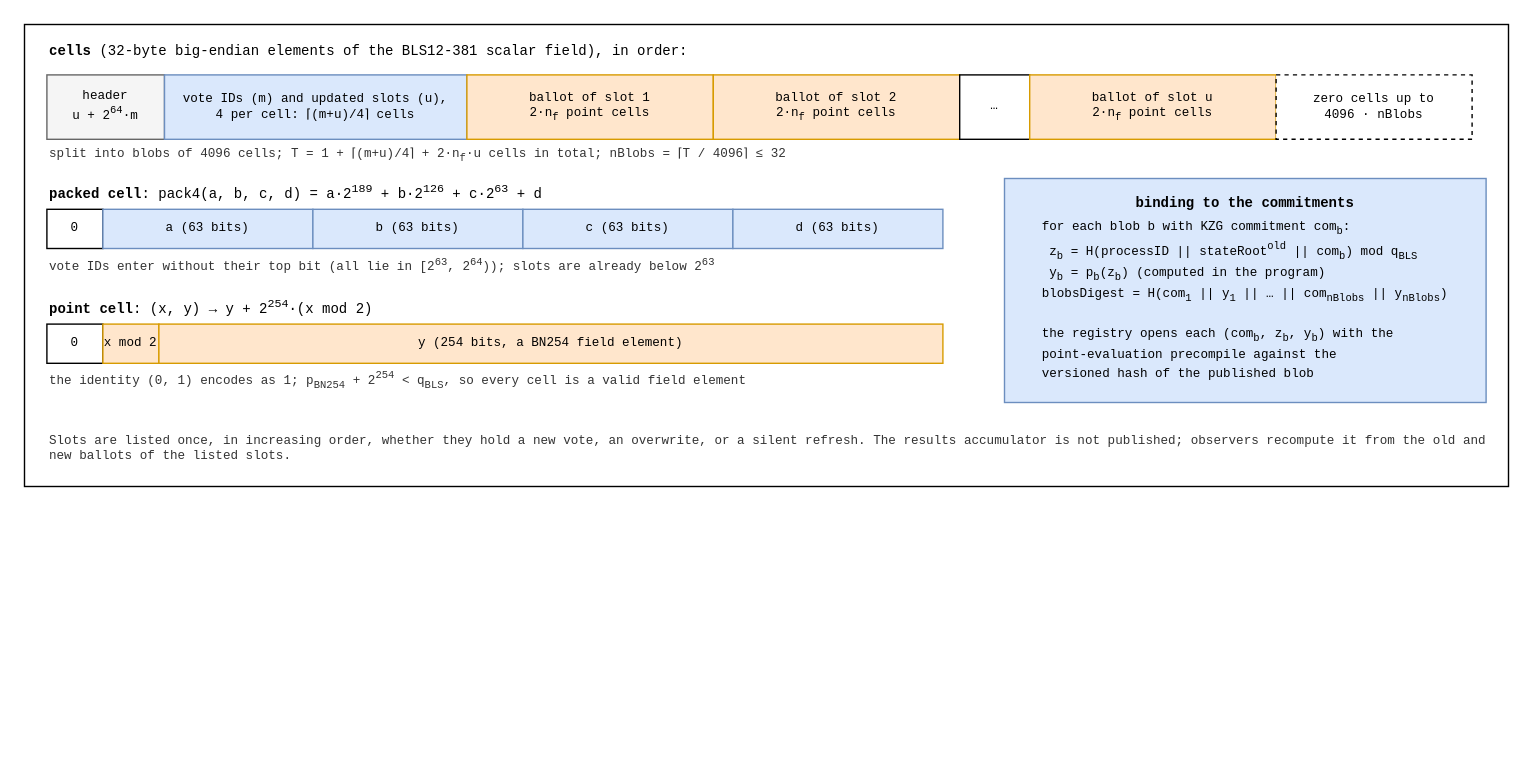
Earlier version of the draw.io diagram v2/figures/blob-layout.drawio (vocdoni/davinci-paper). Source tidied: cells renumbered, new cells numbered last; positions are measured from the earlier drawing's top-left corner, leaving out a move shared by most shapes. Both pictures are drawn from the tidied source at 140%, with x=0, y=0 at pixel (24, 24).
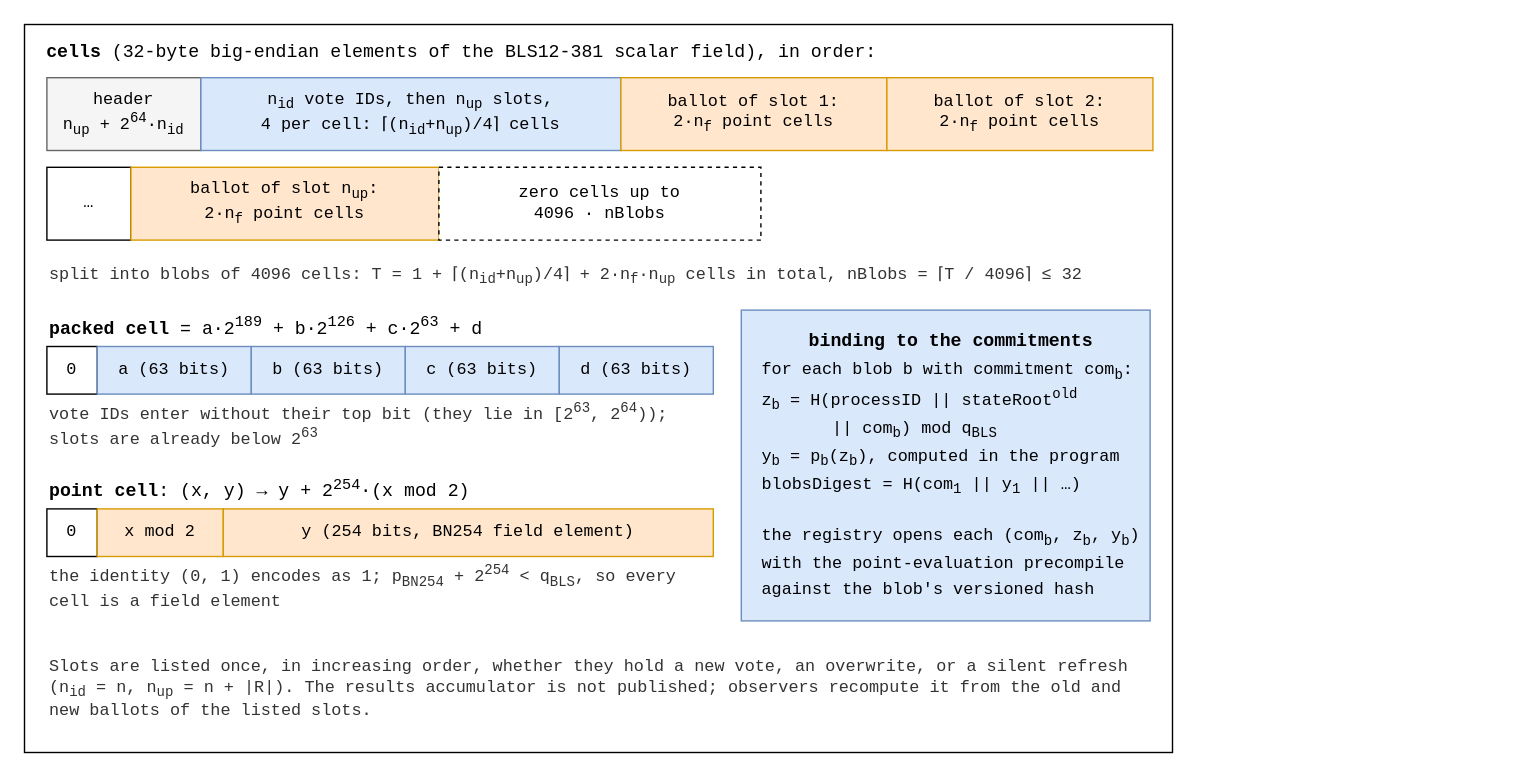
Above is the later version.

Diff of the diagram source:
```diff
@@
     <mxCell id="2" style="rounded=0;whiteSpace=wrap;html=1;fontSize=11;fillColor=none;strokeColor=#000000;fontFamily=Courier New;verticalAlign=top;align=center;spacingTop=4;spacingLeft=6;fontStyle=1;" parent="1" vertex="1">
-      <mxGeometry width="1060" height="330" as="geometry" />
+      <mxGeometry width="820" height="520" as="geometry" />
     </mxCell>
-    <mxCell id="3" value="&lt;b&gt;cells&lt;/b&gt; (32-byte big-endian elements of the BLS12-381 scalar field), in order:" style="text;html=1;whiteSpace=wrap;fontSize=10;fontFamily=Courier New;align=left;verticalAlign=middle;fontColor=#000000;" parent="1" vertex="1">
-      <mxGeometry x="16" y="8" width="1000" height="22" as="geometry" />
+    <mxCell id="3" value="&lt;b&gt;cells&lt;/b&gt; (32-byte big-endian elements of the BLS12-381 scalar field), in order:" style="text;html=1;whiteSpace=wrap;fontSize=13;fontFamily=Courier New;align=left;verticalAlign=middle;fontColor=#000000;" parent="1" vertex="1">
+      <mxGeometry x="14" y="8" width="790" height="24" as="geometry" />
     </mxCell>
-    <mxCell id="4" value="header&lt;br&gt;u + 2&lt;sup&gt;64&lt;/sup&gt;&amp;middot;m" style="rounded=0;whiteSpace=wrap;html=1;fontSize=9;fillColor=#f5f5f5;strokeColor=#666666;fontFamily=Courier New;align=center;verticalAlign=middle;" parent="1" vertex="1">
-      <mxGeometry x="16" y="36" width="84" height="46" as="geometry" />
+    <mxCell id="4" value="header&lt;br&gt;n&lt;sub&gt;up&lt;/sub&gt; + 2&lt;sup&gt;64&lt;/sup&gt;&amp;middot;n&lt;sub&gt;id&lt;/sub&gt;" style="rounded=0;whiteSpace=wrap;html=1;fontSize=12;fillColor=#f5f5f5;strokeColor=#666666;fontFamily=Courier New;align=center;verticalAlign=middle;" parent="1" vertex="1">
+      <mxGeometry x="16" y="38" width="110" height="52" as="geometry" />
     </mxCell>
-    <mxCell id="5" value="vote IDs (m) and updated slots (u),&lt;br&gt;4 per cell: &amp;lceil;(m+u)/4&amp;rceil; cells" style="rounded=0;whiteSpace=wrap;html=1;fontSize=9;fillColor=#dae8fc;strokeColor=#6c8ebf;fontFamily=Courier New;align=center;verticalAlign=middle;" parent="1" vertex="1">
-      <mxGeometry x="100" y="36" width="216" height="46" as="geometry" />
+    <mxCell id="5" value="n&lt;sub&gt;id&lt;/sub&gt; vote IDs, then n&lt;sub&gt;up&lt;/sub&gt; slots,&lt;br&gt;4 per cell: &amp;lceil;(n&lt;sub&gt;id&lt;/sub&gt;+n&lt;sub&gt;up&lt;/sub&gt;)/4&amp;rceil; cells" style="rounded=0;whiteSpace=wrap;html=1;fontSize=12;fillColor=#dae8fc;strokeColor=#6c8ebf;fontFamily=Courier New;align=center;verticalAlign=middle;" parent="1" vertex="1">
+      <mxGeometry x="126" y="38" width="300" height="52" as="geometry" />
     </mxCell>
-    <mxCell id="6" value="ballot of slot 1&lt;br&gt;2&amp;middot;n&lt;sub&gt;f&lt;/sub&gt; point cells" style="rounded=0;whiteSpace=wrap;html=1;fontSize=9;fillColor=#ffe6cc;strokeColor=#d79b00;fontFamily=Courier New;align=center;verticalAlign=middle;" parent="1" vertex="1">
-      <mxGeometry x="316" y="36" width="176" height="46" as="geometry" />
+    <mxCell id="6" value="ballot of slot 1:&lt;br&gt;2&amp;middot;n&lt;sub&gt;f&lt;/sub&gt; point cells" style="rounded=0;whiteSpace=wrap;html=1;fontSize=12;fillColor=#ffe6cc;strokeColor=#d79b00;fontFamily=Courier New;align=center;verticalAlign=middle;" parent="1" vertex="1">
+      <mxGeometry x="426" y="38" width="190" height="52" as="geometry" />
     </mxCell>
-    <mxCell id="7" value="ballot of slot 2&lt;br&gt;2&amp;middot;n&lt;sub&gt;f&lt;/sub&gt; point cells" style="rounded=0;whiteSpace=wrap;html=1;fontSize=9;fillColor=#ffe6cc;strokeColor=#d79b00;fontFamily=Courier New;align=center;verticalAlign=middle;" parent="1" vertex="1">
-      <mxGeometry x="492" y="36" width="176" height="46" as="geometry" />
+    <mxCell id="7" value="ballot of slot 2:&lt;br&gt;2&amp;middot;n&lt;sub&gt;f&lt;/sub&gt; point cells" style="rounded=0;whiteSpace=wrap;html=1;fontSize=12;fillColor=#ffe6cc;strokeColor=#d79b00;fontFamily=Courier New;align=center;verticalAlign=middle;" parent="1" vertex="1">
+      <mxGeometry x="616" y="38" width="190" height="52" as="geometry" />
     </mxCell>
-    <mxCell id="8" value="&amp;hellip;" style="rounded=0;whiteSpace=wrap;html=1;fontSize=9;fillColor=#ffffff;strokeColor=#000000;fontFamily=Courier New;align=center;verticalAlign=middle;" parent="1" vertex="1">
-      <mxGeometry x="668" y="36" width="50" height="46" as="geometry" />
+    <mxCell id="8" value="&amp;hellip;" style="rounded=0;whiteSpace=wrap;html=1;fontSize=12;fillColor=#ffffff;strokeColor=#000000;fontFamily=Courier New;align=center;verticalAlign=middle;" parent="1" vertex="1">
+      <mxGeometry x="16" y="102" width="60" height="52" as="geometry" />
     </mxCell>
-    <mxCell id="9" value="ballot of slot u&lt;br&gt;2&amp;middot;n&lt;sub&gt;f&lt;/sub&gt; point cells" style="rounded=0;whiteSpace=wrap;html=1;fontSize=9;fillColor=#ffe6cc;strokeColor=#d79b00;fontFamily=Courier New;align=center;verticalAlign=middle;" parent="1" vertex="1">
-      <mxGeometry x="718" y="36" width="176" height="46" as="geometry" />
+    <mxCell id="9" value="ballot of slot n&lt;sub&gt;up&lt;/sub&gt;:&lt;br&gt;2&amp;middot;n&lt;sub&gt;f&lt;/sub&gt; point cells" style="rounded=0;whiteSpace=wrap;html=1;fontSize=12;fillColor=#ffe6cc;strokeColor=#d79b00;fontFamily=Courier New;align=center;verticalAlign=middle;" parent="1" vertex="1">
+      <mxGeometry x="76" y="102" width="220" height="52" as="geometry" />
     </mxCell>
-    <mxCell id="10" value="zero cells up to&lt;br&gt;4096 &amp;middot; nBlobs" style="rounded=0;whiteSpace=wrap;html=1;fontSize=9;fillColor=#ffffff;strokeColor=#000000;fontFamily=Courier New;align=center;verticalAlign=middle;dashed=1;" parent="1" vertex="1">
-      <mxGeometry x="894" y="36" width="140" height="46" as="geometry" />
+    <mxCell id="10" value="zero cells up to&lt;br&gt;4096 &amp;middot; nBlobs" style="rounded=0;whiteSpace=wrap;html=1;fontSize=12;fillColor=#ffffff;strokeColor=#000000;fontFamily=Courier New;align=center;verticalAlign=middle;dashed=1;" parent="1" vertex="1">
+      <mxGeometry x="296" y="102" width="230" height="52" as="geometry" />
     </mxCell>
-    <mxCell id="11" value="split into blobs of 4096 cells; T = 1 + &amp;lceil;(m+u)/4&amp;rceil; + 2&amp;middot;n&lt;sub&gt;f&lt;/sub&gt;&amp;middot;u cells in total; nBlobs = &amp;lceil;T / 4096&amp;rceil; &amp;le; 32" style="text;html=1;whiteSpace=wrap;fontSize=9;fontFamily=Courier New;align=left;verticalAlign=middle;fontColor=#333333;" parent="1" vertex="1">
-      <mxGeometry x="16" y="84" width="1030" height="20" as="geometry" />
+    <mxCell id="11" value="split into blobs of 4096 cells: T = 1 + &amp;lceil;(n&lt;sub&gt;id&lt;/sub&gt;+n&lt;sub&gt;up&lt;/sub&gt;)/4&amp;rceil; + 2&amp;middot;n&lt;sub&gt;f&lt;/sub&gt;&amp;middot;n&lt;sub&gt;up&lt;/sub&gt; cells in total, nBlobs = &amp;lceil;T / 4096&amp;rceil; &amp;le; 32" style="text;html=1;whiteSpace=wrap;fontSize=12;fontFamily=Courier New;align=left;verticalAlign=middle;fontColor=#333333;" parent="1" vertex="1">
+      <mxGeometry x="16" y="160" width="790" height="40" as="geometry" />
     </mxCell>
-    <mxCell id="12" value="&lt;b&gt;packed cell&lt;/b&gt;: pack4(a, b, c, d) = a&amp;middot;2&lt;sup&gt;189&lt;/sup&gt; + b&amp;middot;2&lt;sup&gt;126&lt;/sup&gt; + c&amp;middot;2&lt;sup&gt;63&lt;/sup&gt; + d" style="text;html=1;whiteSpace=wrap;fontSize=10;fontFamily=Courier New;align=left;verticalAlign=middle;fontColor=#000000;" parent="1" vertex="1">
-      <mxGeometry x="16" y="110" width="600" height="20" as="geometry" />
+    <mxCell id="12" value="&lt;b&gt;packed cell&lt;/b&gt; = a&amp;middot;2&lt;sup&gt;189&lt;/sup&gt; + b&amp;middot;2&lt;sup&gt;126&lt;/sup&gt; + c&amp;middot;2&lt;sup&gt;63&lt;/sup&gt; + d" style="text;html=1;whiteSpace=wrap;fontSize=13;fontFamily=Courier New;align=left;verticalAlign=middle;fontColor=#000000;" parent="1" vertex="1">
+      <mxGeometry x="16" y="204" width="480" height="24" as="geometry" />
     </mxCell>
-    <mxCell id="13" value="0" style="rounded=0;whiteSpace=wrap;html=1;fontSize=9;fillColor=#ffffff;strokeColor=#000000;fontFamily=Courier New;align=center;verticalAlign=middle;" parent="1" vertex="1">
-      <mxGeometry x="16" y="132" width="40" height="28" as="geometry" />
+    <mxCell id="13" value="0" style="rounded=0;whiteSpace=wrap;html=1;fontSize=12;fillColor=#ffffff;strokeColor=#000000;fontFamily=Courier New;align=center;verticalAlign=middle;" parent="1" vertex="1">
+      <mxGeometry x="16" y="230" width="36" height="34" as="geometry" />
     </mxCell>
-    <mxCell id="14" value="a (63 bits)" style="rounded=0;whiteSpace=wrap;html=1;fontSize=9;fillColor=#dae8fc;strokeColor=#6c8ebf;fontFamily=Courier New;align=center;verticalAlign=middle;" parent="1" vertex="1">
-      <mxGeometry x="56" y="132" width="150" height="28" as="geometry" />
+    <mxCell id="14" value="a (63 bits)" style="rounded=0;whiteSpace=wrap;html=1;fontSize=12;fillColor=#dae8fc;strokeColor=#6c8ebf;fontFamily=Courier New;align=center;verticalAlign=middle;" parent="1" vertex="1">
+      <mxGeometry x="52" y="230" width="110" height="34" as="geometry" />
     </mxCell>
-    <mxCell id="15" value="b (63 bits)" style="rounded=0;whiteSpace=wrap;html=1;fontSize=9;fillColor=#dae8fc;strokeColor=#6c8ebf;fontFamily=Courier New;align=center;verticalAlign=middle;" parent="1" vertex="1">
-      <mxGeometry x="206" y="132" width="150" height="28" as="geometry" />
+    <mxCell id="15" value="b (63 bits)" style="rounded=0;whiteSpace=wrap;html=1;fontSize=12;fillColor=#dae8fc;strokeColor=#6c8ebf;fontFamily=Courier New;align=center;verticalAlign=middle;" parent="1" vertex="1">
+      <mxGeometry x="162" y="230" width="110" height="34" as="geometry" />
     </mxCell>
-    <mxCell id="16" value="c (63 bits)" style="rounded=0;whiteSpace=wrap;html=1;fontSize=9;fillColor=#dae8fc;strokeColor=#6c8ebf;fontFamily=Courier New;align=center;verticalAlign=middle;" parent="1" vertex="1">
-      <mxGeometry x="356" y="132" width="150" height="28" as="geometry" />
+    <mxCell id="16" value="c (63 bits)" style="rounded=0;whiteSpace=wrap;html=1;fontSize=12;fillColor=#dae8fc;strokeColor=#6c8ebf;fontFamily=Courier New;align=center;verticalAlign=middle;" parent="1" vertex="1">
+      <mxGeometry x="272" y="230" width="110" height="34" as="geometry" />
     </mxCell>
-    <mxCell id="17" value="d (63 bits)" style="rounded=0;whiteSpace=wrap;html=1;fontSize=9;fillColor=#dae8fc;strokeColor=#6c8ebf;fontFamily=Courier New;align=center;verticalAlign=middle;" parent="1" vertex="1">
-      <mxGeometry x="506" y="132" width="150" height="28" as="geometry" />
+    <mxCell id="17" value="d (63 bits)" style="rounded=0;whiteSpace=wrap;html=1;fontSize=12;fillColor=#dae8fc;strokeColor=#6c8ebf;fontFamily=Courier New;align=center;verticalAlign=middle;" parent="1" vertex="1">
+      <mxGeometry x="382" y="230" width="110" height="34" as="geometry" />
     </mxCell>
-    <mxCell id="18" value="vote IDs enter without their top bit (all lie in [2&lt;sup&gt;63&lt;/sup&gt;, 2&lt;sup&gt;64&lt;/sup&gt;)); slots are already below 2&lt;sup&gt;63&lt;/sup&gt;" style="text;html=1;whiteSpace=wrap;fontSize=9;fontFamily=Courier New;align=left;verticalAlign=middle;fontColor=#333333;" parent="1" vertex="1">
-      <mxGeometry x="16" y="162" width="640" height="20" as="geometry" />
+    <mxCell id="18" value="vote IDs enter without their top bit (they lie in [2&lt;sup&gt;63&lt;/sup&gt;, 2&lt;sup&gt;64&lt;/sup&gt;)); slots are already below 2&lt;sup&gt;63&lt;/sup&gt;" style="text;html=1;whiteSpace=wrap;fontSize=12;fontFamily=Courier New;align=left;verticalAlign=middle;fontColor=#333333;" parent="1" vertex="1">
+      <mxGeometry x="16" y="266" width="480" height="40" as="geometry" />
     </mxCell>
-    <mxCell id="19" value="&lt;b&gt;point cell&lt;/b&gt;: (x, y) &amp;rarr; y + 2&lt;sup&gt;254&lt;/sup&gt;&amp;middot;(x mod 2)" style="text;html=1;whiteSpace=wrap;fontSize=10;fontFamily=Courier New;align=left;verticalAlign=middle;fontColor=#000000;" parent="1" vertex="1">
-      <mxGeometry x="16" y="192" width="600" height="20" as="geometry" />
+    <mxCell id="19" value="&lt;b&gt;point cell&lt;/b&gt;: (x, y) &amp;rarr; y + 2&lt;sup&gt;254&lt;/sup&gt;&amp;middot;(x mod 2)" style="text;html=1;whiteSpace=wrap;fontSize=13;fontFamily=Courier New;align=left;verticalAlign=middle;fontColor=#000000;" parent="1" vertex="1">
+      <mxGeometry x="16" y="320" width="480" height="24" as="geometry" />
     </mxCell>
-    <mxCell id="20" value="0" style="rounded=0;whiteSpace=wrap;html=1;fontSize=9;fillColor=#ffffff;strokeColor=#000000;fontFamily=Courier New;align=center;verticalAlign=middle;" parent="1" vertex="1">
-      <mxGeometry x="16" y="214" width="40" height="28" as="geometry" />
+    <mxCell id="20" value="0" style="rounded=0;whiteSpace=wrap;html=1;fontSize=12;fillColor=#ffffff;strokeColor=#000000;fontFamily=Courier New;align=center;verticalAlign=middle;" parent="1" vertex="1">
+      <mxGeometry x="16" y="346" width="36" height="34" as="geometry" />
     </mxCell>
-    <mxCell id="21" value="x mod 2" style="rounded=0;whiteSpace=wrap;html=1;fontSize=9;fillColor=#ffe6cc;strokeColor=#d79b00;fontFamily=Courier New;align=center;verticalAlign=middle;" parent="1" vertex="1">
-      <mxGeometry x="56" y="214" width="40" height="28" as="geometry" />
+    <mxCell id="21" value="x mod 2" style="rounded=0;whiteSpace=wrap;html=1;fontSize=12;fillColor=#ffe6cc;strokeColor=#d79b00;fontFamily=Courier New;align=center;verticalAlign=middle;" parent="1" vertex="1">
+      <mxGeometry x="52" y="346" width="90" height="34" as="geometry" />
     </mxCell>
-    <mxCell id="22" value="y (254 bits, a BN254 field element)" style="rounded=0;whiteSpace=wrap;html=1;fontSize=9;fillColor=#ffe6cc;strokeColor=#d79b00;fontFamily=Courier New;align=center;verticalAlign=middle;" parent="1" vertex="1">
-      <mxGeometry x="96" y="214" width="560" height="28" as="geometry" />
+    <mxCell id="22" value="y (254 bits, BN254 field element)" style="rounded=0;whiteSpace=wrap;html=1;fontSize=12;fillColor=#ffe6cc;strokeColor=#d79b00;fontFamily=Courier New;align=center;verticalAlign=middle;" parent="1" vertex="1">
+      <mxGeometry x="142" y="346" width="350" height="34" as="geometry" />
     </mxCell>
-    <mxCell id="23" value="the identity (0, 1) encodes as 1; p&lt;sub&gt;BN254&lt;/sub&gt; + 2&lt;sup&gt;254&lt;/sup&gt; &amp;lt; q&lt;sub&gt;BLS&lt;/sub&gt;, so every cell is a valid field element" style="text;html=1;whiteSpace=wrap;fontSize=9;fontFamily=Courier New;align=left;verticalAlign=middle;fontColor=#333333;" parent="1" vertex="1">
-      <mxGeometry x="16" y="244" width="640" height="20" as="geometry" />
+    <mxCell id="23" value="the identity (0, 1) encodes as 1; p&lt;sub&gt;BN254&lt;/sub&gt; + 2&lt;sup&gt;254&lt;/sup&gt; &amp;lt; q&lt;sub&gt;BLS&lt;/sub&gt;, so every cell is a field element" style="text;html=1;whiteSpace=wrap;fontSize=12;fontFamily=Courier New;align=left;verticalAlign=middle;fontColor=#333333;" parent="1" vertex="1">
+      <mxGeometry x="16" y="382" width="480" height="40" as="geometry" />
     </mxCell>
-    <mxCell id="24" value="&lt;b&gt;binding to the commitments&lt;/b&gt;&lt;br&gt;&lt;div style='text-align:left;font-size:9px;line-height:1.5;margin-top:4px'&gt;for each blob b with KZG commitment com&lt;sub&gt;b&lt;/sub&gt;:&lt;br&gt;&amp;nbsp;z&lt;sub&gt;b&lt;/sub&gt; = H(processID || stateRoot&lt;sup&gt;old&lt;/sup&gt; || com&lt;sub&gt;b&lt;/sub&gt;) mod q&lt;sub&gt;BLS&lt;/sub&gt;&lt;br&gt;&amp;nbsp;y&lt;sub&gt;b&lt;/sub&gt; = p&lt;sub&gt;b&lt;/sub&gt;(z&lt;sub&gt;b&lt;/sub&gt;) (computed in the program)&lt;br&gt;blobsDigest = H(com&lt;sub&gt;1&lt;/sub&gt; || y&lt;sub&gt;1&lt;/sub&gt; || &amp;hellip; || com&lt;sub&gt;nBlobs&lt;/sub&gt; || y&lt;sub&gt;nBlobs&lt;/sub&gt;)&lt;br&gt;&lt;br&gt;the registry opens each (com&lt;sub&gt;b&lt;/sub&gt;, z&lt;sub&gt;b&lt;/sub&gt;, y&lt;sub&gt;b&lt;/sub&gt;) with the&lt;br&gt;point-evaluation precompile against the&lt;br&gt;versioned hash of the published blob&lt;/div&gt;" style="rounded=0;whiteSpace=wrap;html=1;fontSize=10;fillColor=#dae8fc;strokeColor=#6c8ebf;fontFamily=Courier New;align=center;verticalAlign=top;spacingTop=6;" parent="1" vertex="1">
-      <mxGeometry x="700" y="110" width="344" height="160" as="geometry" />
+    <mxCell id="24" value="&lt;b&gt;binding to the commitments&lt;/b&gt;&lt;div style='text-align:left;font-size:12px;line-height:1.45;margin-top:4px'&gt;for each blob b with commitment com&lt;sub&gt;b&lt;/sub&gt;:&lt;br&gt;z&lt;sub&gt;b&lt;/sub&gt; = H(processID || stateRoot&lt;sup&gt;old&lt;/sup&gt;&lt;br&gt;&amp;nbsp;&amp;nbsp;&amp;nbsp;&amp;nbsp;&amp;nbsp;&amp;nbsp;&amp;nbsp;|| com&lt;sub&gt;b&lt;/sub&gt;) mod q&lt;sub&gt;BLS&lt;/sub&gt;&lt;br&gt;y&lt;sub&gt;b&lt;/sub&gt; = p&lt;sub&gt;b&lt;/sub&gt;(z&lt;sub&gt;b&lt;/sub&gt;), computed in the program&lt;br&gt;blobsDigest = H(com&lt;sub&gt;1&lt;/sub&gt; || y&lt;sub&gt;1&lt;/sub&gt; || &amp;hellip;)&lt;br&gt;&lt;br&gt;the registry opens each (com&lt;sub&gt;b&lt;/sub&gt;, z&lt;sub&gt;b&lt;/sub&gt;, y&lt;sub&gt;b&lt;/sub&gt;)&lt;br&gt;with the point-evaluation precompile&lt;br&gt;against the blob's versioned hash&lt;/div&gt;" style="rounded=0;whiteSpace=wrap;html=1;fontSize=13;fillColor=#dae8fc;strokeColor=#6c8ebf;fontFamily=Courier New;align=center;verticalAlign=top;spacingTop=8;spacingLeft=8;" parent="1" vertex="1">
+      <mxGeometry x="512" y="204" width="292" height="222" as="geometry" />
     </mxCell>
-    <mxCell id="25" value="Slots are listed once, in increasing order, whether they hold a new vote, an overwrite, or a silent refresh. The results accumulator is not published; observers recompute it from the old and new ballots of the listed slots." style="text;html=1;whiteSpace=wrap;fontSize=9;fontFamily=Courier New;align=left;verticalAlign=middle;fontColor=#333333;" parent="1" vertex="1">
-      <mxGeometry x="16" y="286" width="1030" height="34" as="geometry" />
+    <mxCell id="25" value="Slots are listed once, in increasing order, whether they hold a new vote, an overwrite, or a silent refresh (n&lt;sub&gt;id&lt;/sub&gt; = n, n&lt;sub&gt;up&lt;/sub&gt; = n + |R|). The results accumulator is not published; observers recompute it from the old and new ballots of the listed slots." style="text;html=1;whiteSpace=wrap;fontSize=12;fontFamily=Courier New;align=left;verticalAlign=middle;fontColor=#333333;" parent="1" vertex="1">
+      <mxGeometry x="16" y="440" width="790" height="70" as="geometry" />
     </mxCell>
```
